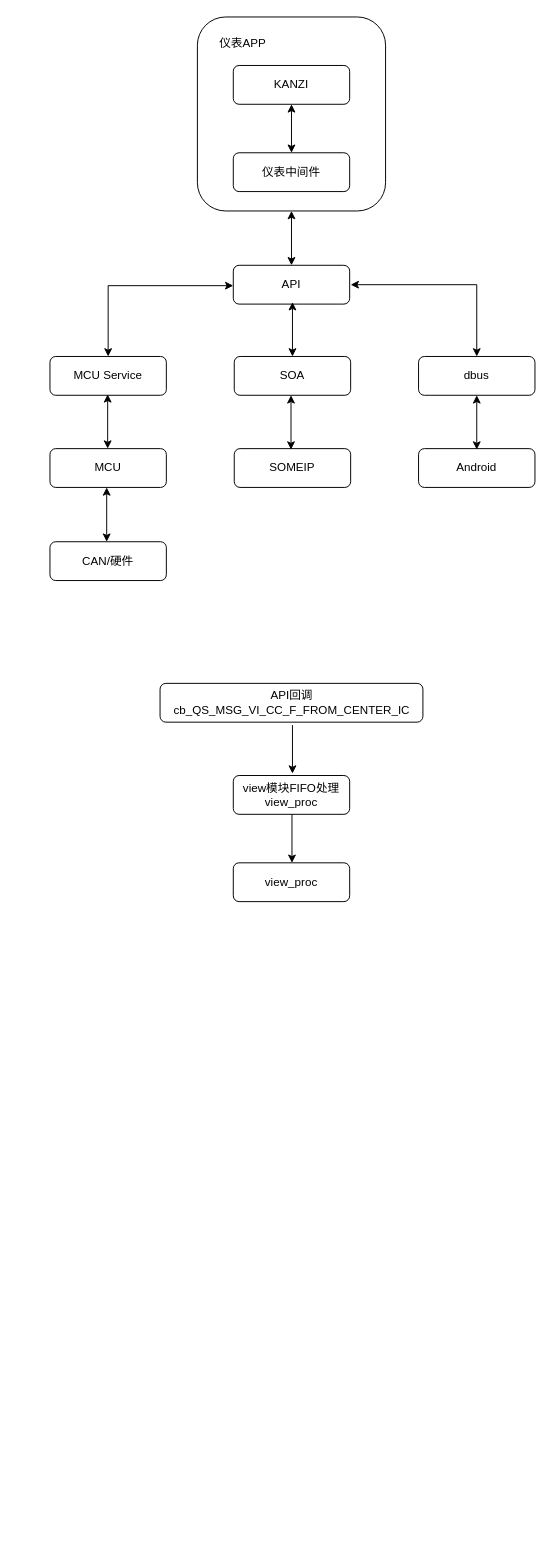
The draw.io diagram 多屏互动.drawio in deminsight/bellwell60, before the edit. Source tidied: cells renumbered, new cells numbered last; positions are measured from the earlier drawing's top-left corner, leaving out a move shared by most shapes. Both pictures are drawn from the tidied source at 97%, with x=0, y=0 at pixel (49, 16).
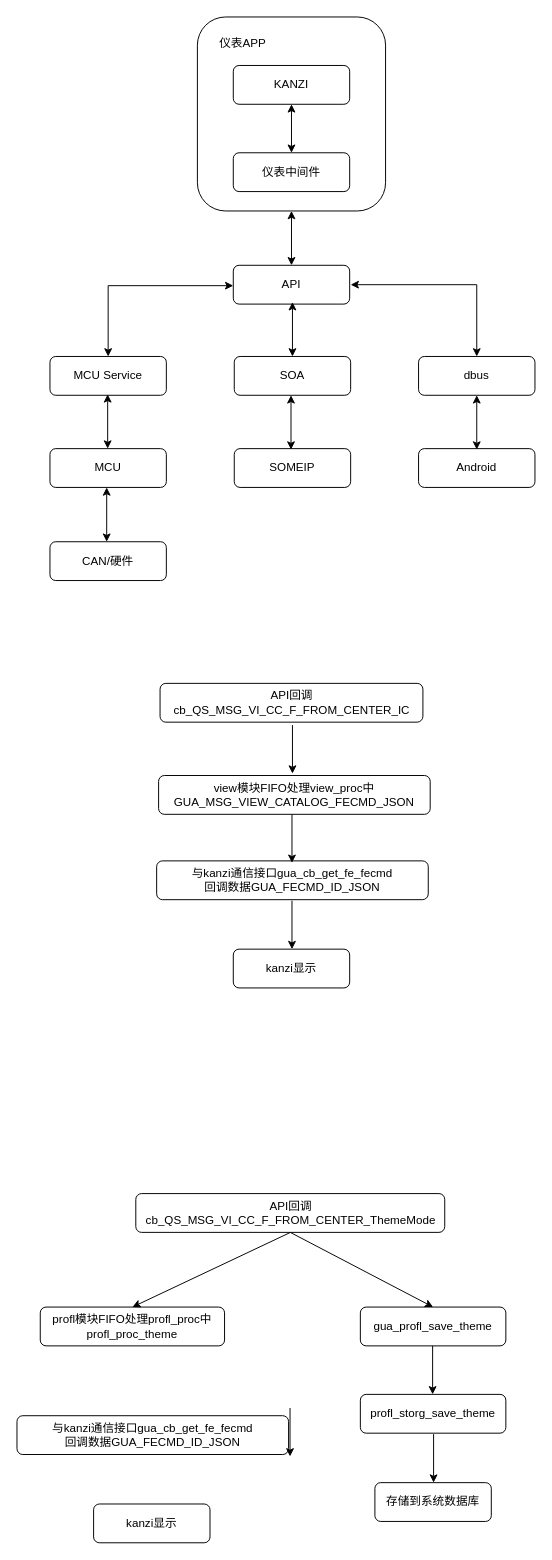
After the change.

Commit message:
更新多屏互动.drawio

The edit, as a diff of the source:
```diff
@@
-    <mxCell id="24" value="view模块FIFO处理view_proc" style="rounded=1;whiteSpace=wrap;html=1;fontSize=12;glass=0;strokeWidth=1;shadow=0;" parent="1" vertex="1">
-      <mxGeometry x="189" y="782" width="120" height="40" as="geometry" />
+    <mxCell id="24" value="view模块FIFO处理view_proc中GUA_MSG_VIEW_CATALOG_FECMD_JSON" style="rounded=1;whiteSpace=wrap;html=1;fontSize=12;glass=0;strokeWidth=1;shadow=0;" parent="1" vertex="1">
+      <mxGeometry x="112" y="782" width="280" height="40" as="geometry" />
     </mxCell>
@@
-    <mxCell id="26" value="view_proc" style="rounded=1;whiteSpace=wrap;html=1;fontSize=12;glass=0;strokeWidth=1;shadow=0;" parent="1" vertex="1">
-      <mxGeometry x="189" y="872" width="120" height="40" as="geometry" />
+    <mxCell id="26" value="与kanzi通信接口gua_cb_get_fe_fecmd&lt;br&gt;回调数据GUA_FECMD_ID_JSON" style="rounded=1;whiteSpace=wrap;html=1;fontSize=12;glass=0;strokeWidth=1;shadow=0;" parent="1" vertex="1">
+      <mxGeometry x="110" y="870" width="280" height="40" as="geometry" />
     </mxCell>
@@
+    <mxCell id="28" value="kanzi显示" style="rounded=1;whiteSpace=wrap;html=1;fontSize=12;glass=0;strokeWidth=1;shadow=0;" parent="1" vertex="1">
+      <mxGeometry x="189" y="961" width="120" height="40" as="geometry" />
+    </mxCell>
+    <mxCell id="29" style="endArrow=classic;html=1;rounded=0;" parent="1" edge="1">
+      <mxGeometry relative="1" as="geometry">
+        <mxPoint x="249.5" y="911" as="sourcePoint" />
+        <mxPoint x="249.5" y="961" as="targetPoint" />
+      </mxGeometry>
+    </mxCell>
+    <mxCell id="30" value="API回调cb_QS_MSG_VI_CC_F_FROM_CENTER_ThemeMode" style="rounded=1;whiteSpace=wrap;html=1;fontSize=12;glass=0;strokeWidth=1;shadow=0;" parent="1" vertex="1">
+      <mxGeometry x="88.5" y="1213" width="318.5" height="40" as="geometry" />
+    </mxCell>
+    <mxCell id="31" value="profl模块FIFO处理profl_proc中profl_proc_theme" style="rounded=1;whiteSpace=wrap;html=1;fontSize=12;glass=0;strokeWidth=1;shadow=0;" parent="1" vertex="1">
+      <mxGeometry x="-10" y="1330" width="190" height="40" as="geometry" />
+    </mxCell>
+    <mxCell id="32" style="endArrow=classic;html=1;rounded=0;entryX=0.5;entryY=0;entryDx=0;entryDy=0;" parent="1" edge="1" target="31">
+      <mxGeometry relative="1" as="geometry">
+        <mxPoint x="248" y="1253" as="sourcePoint" />
+      </mxGeometry>
+    </mxCell>
+    <mxCell id="33" value="与kanzi通信接口gua_cb_get_fe_fecmd&lt;br&gt;回调数据GUA_FECMD_ID_JSON" style="rounded=1;whiteSpace=wrap;html=1;fontSize=12;glass=0;strokeWidth=1;shadow=0;" parent="1" vertex="1">
+      <mxGeometry x="-34" y="1442" width="280" height="40" as="geometry" />
+    </mxCell>
+    <mxCell id="34" style="endArrow=classic;html=1;rounded=0;entryX=0.5;entryY=0;entryDx=0;entryDy=0;exitX=0.5;exitY=1;exitDx=0;exitDy=0;" parent="1" edge="1" source="30" target="40">
+      <mxGeometry relative="1" as="geometry" />
+    </mxCell>
+    <mxCell id="35" value="kanzi显示" style="rounded=1;whiteSpace=wrap;html=1;fontSize=12;glass=0;strokeWidth=1;shadow=0;" parent="1" vertex="1">
+      <mxGeometry x="45" y="1533" width="120" height="40" as="geometry" />
+    </mxCell>
+    <mxCell id="36" style="endArrow=classic;html=1;rounded=0;" parent="1" edge="1">
+      <mxGeometry relative="1" as="geometry">
+        <mxPoint x="247.5" y="1434" as="sourcePoint" />
+        <mxPoint x="247.5" y="1484" as="targetPoint" />
+      </mxGeometry>
+    </mxCell>
+    <mxCell id="37" value="profl_storg_save_theme" style="rounded=1;whiteSpace=wrap;html=1;fontSize=12;glass=0;strokeWidth=1;shadow=0;" parent="1" vertex="1">
+      <mxGeometry x="320" y="1420" width="150" height="40" as="geometry" />
+    </mxCell>
+    <mxCell id="38" value="存储到系统数据库" style="rounded=1;whiteSpace=wrap;html=1;fontSize=12;glass=0;strokeWidth=1;shadow=0;" parent="1" vertex="1">
+      <mxGeometry x="335" y="1511" width="120" height="40" as="geometry" />
+    </mxCell>
+    <mxCell id="39" style="endArrow=classic;html=1;rounded=0;" parent="1" edge="1">
+      <mxGeometry relative="1" as="geometry">
+        <mxPoint x="395.5" y="1461" as="sourcePoint" />
+        <mxPoint x="395.5" y="1511" as="targetPoint" />
+      </mxGeometry>
+    </mxCell>
+    <mxCell id="40" value="gua_profl_save_theme" style="rounded=1;whiteSpace=wrap;html=1;fontSize=12;glass=0;strokeWidth=1;shadow=0;" parent="1" vertex="1">
+      <mxGeometry x="320" y="1330" width="150" height="40" as="geometry" />
+    </mxCell>
+    <mxCell id="41" style="endArrow=classic;html=1;rounded=0;" parent="1" edge="1">
+      <mxGeometry relative="1" as="geometry">
+        <mxPoint x="394.5" y="1370" as="sourcePoint" />
+        <mxPoint x="394.5" y="1420" as="targetPoint" />
+      </mxGeometry>
+    </mxCell>
```
